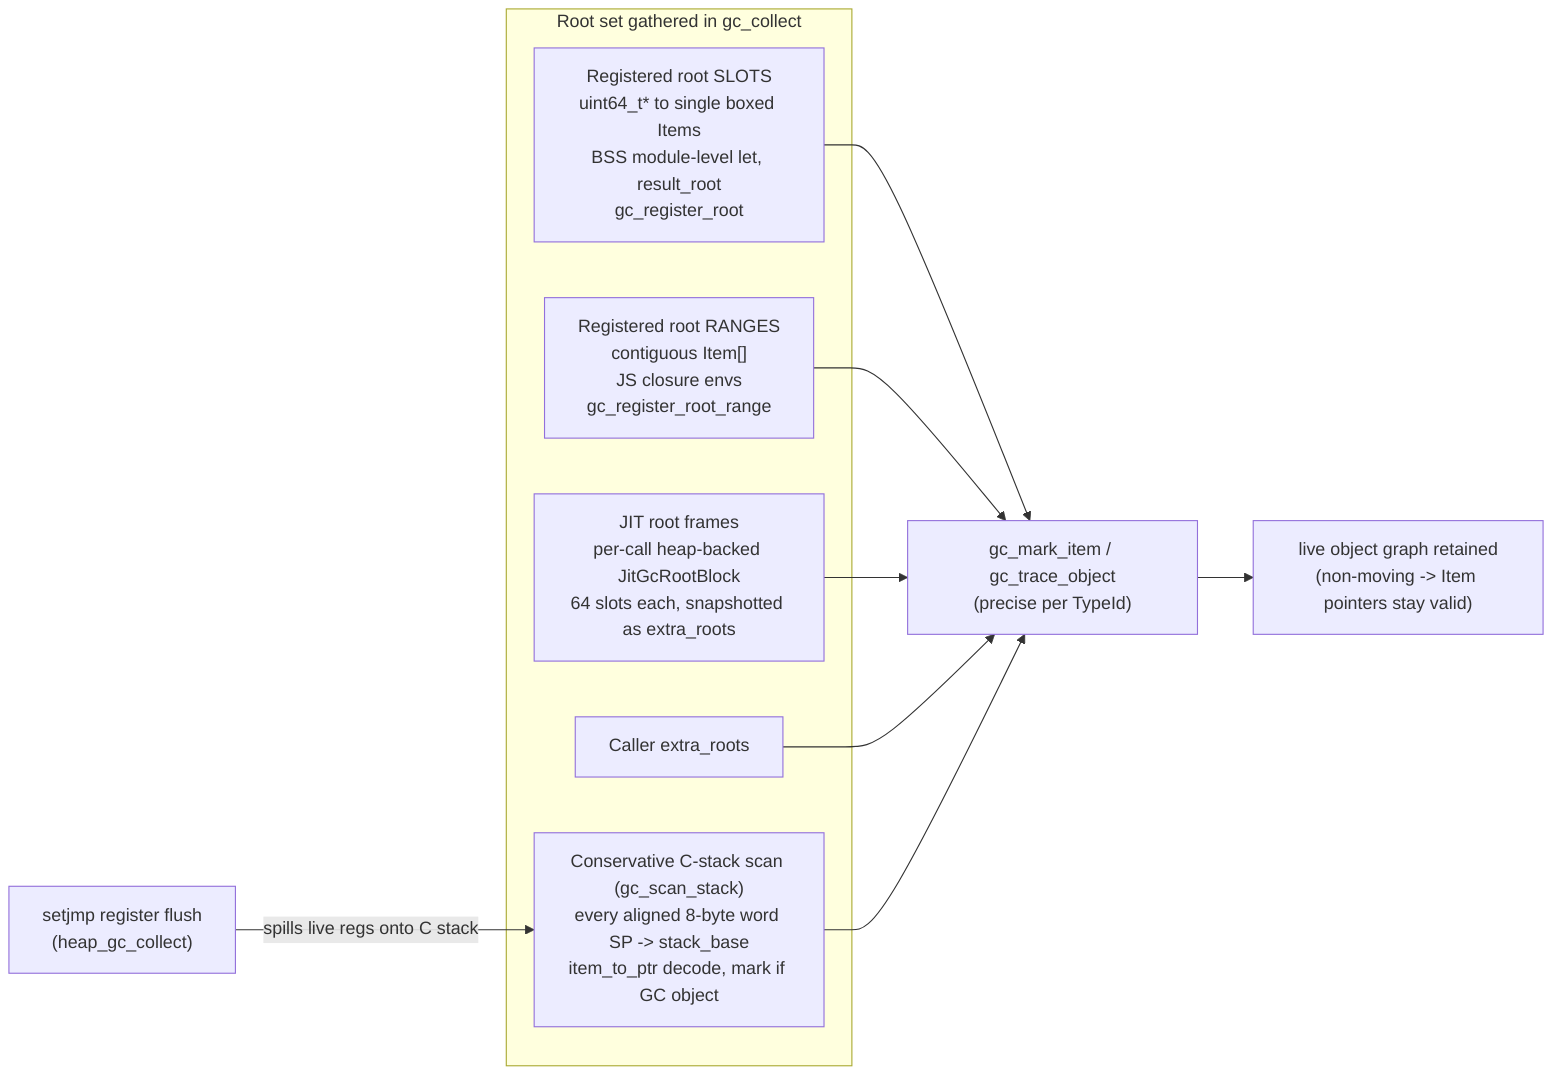
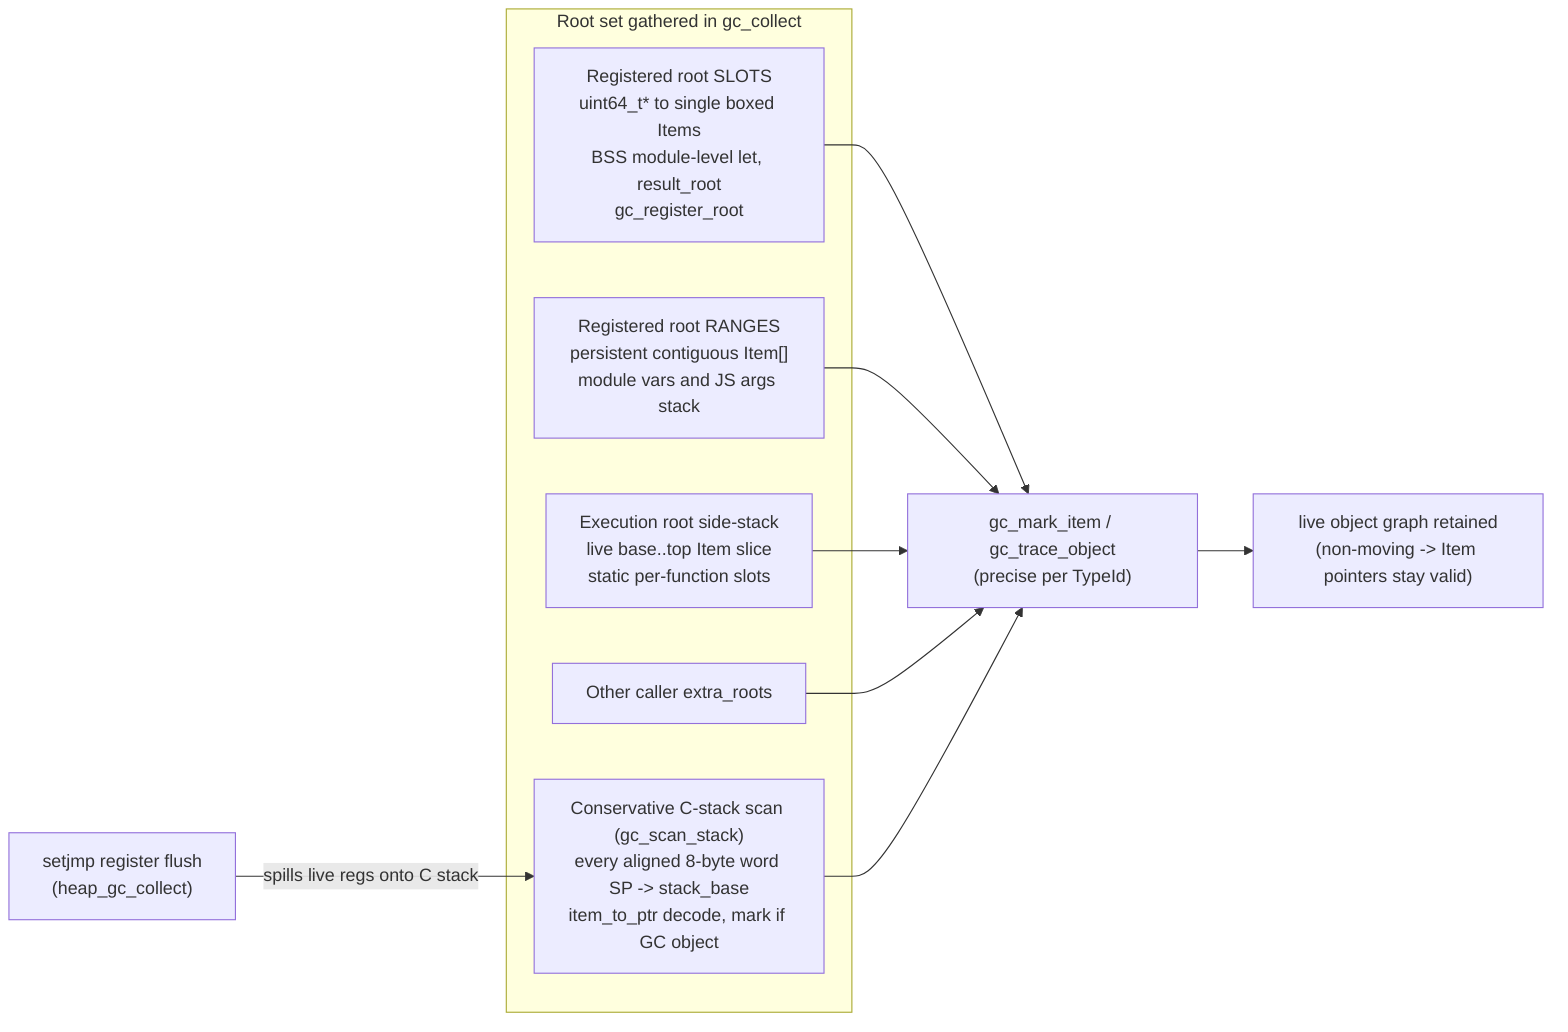
flowchart LR
  subgraph ROOTSET["Root set gathered in gc_collect"]
    SLOTS["Registered root SLOTS\nuint64_t* to single boxed Items\nBSS module-level let, result_root\ngc_register_root"]
-     RANGES["Registered root RANGES\ncontiguous Item[]\nJS closure envs\ngc_register_root_range"]
-     JITF["JIT root frames\nper-call heap-backed JitGcRootBlock\n64 slots each, snapshotted as extra_roots"]
-     EXTRA["Caller extra_roots"]
+     RANGES["Registered root RANGES\npersistent contiguous Item[]\nmodule vars and JS args stack"]
+     SIDE["Execution root side-stack\nlive base..top Item slice\nstatic per-function slots"]
+     EXTRA["Other caller extra_roots"]
    STACK["Conservative C-stack scan (gc_scan_stack)\nevery aligned 8-byte word SP -> stack_base\nitem_to_ptr decode, mark if GC object"]
  end

  REG["setjmp register flush\n(heap_gc_collect)"]
  REG -->|"spills live regs onto C stack"| STACK

  SLOTS --> MARK["gc_mark_item / gc_trace_object\n(precise per TypeId)"]
  RANGES --> MARK
-   JITF --> MARK
+   SIDE --> MARK
  EXTRA --> MARK
  STACK --> MARK

  MARK --> LIVE["live object graph retained\n(non-moving -> Item pointers stay valid)"]
